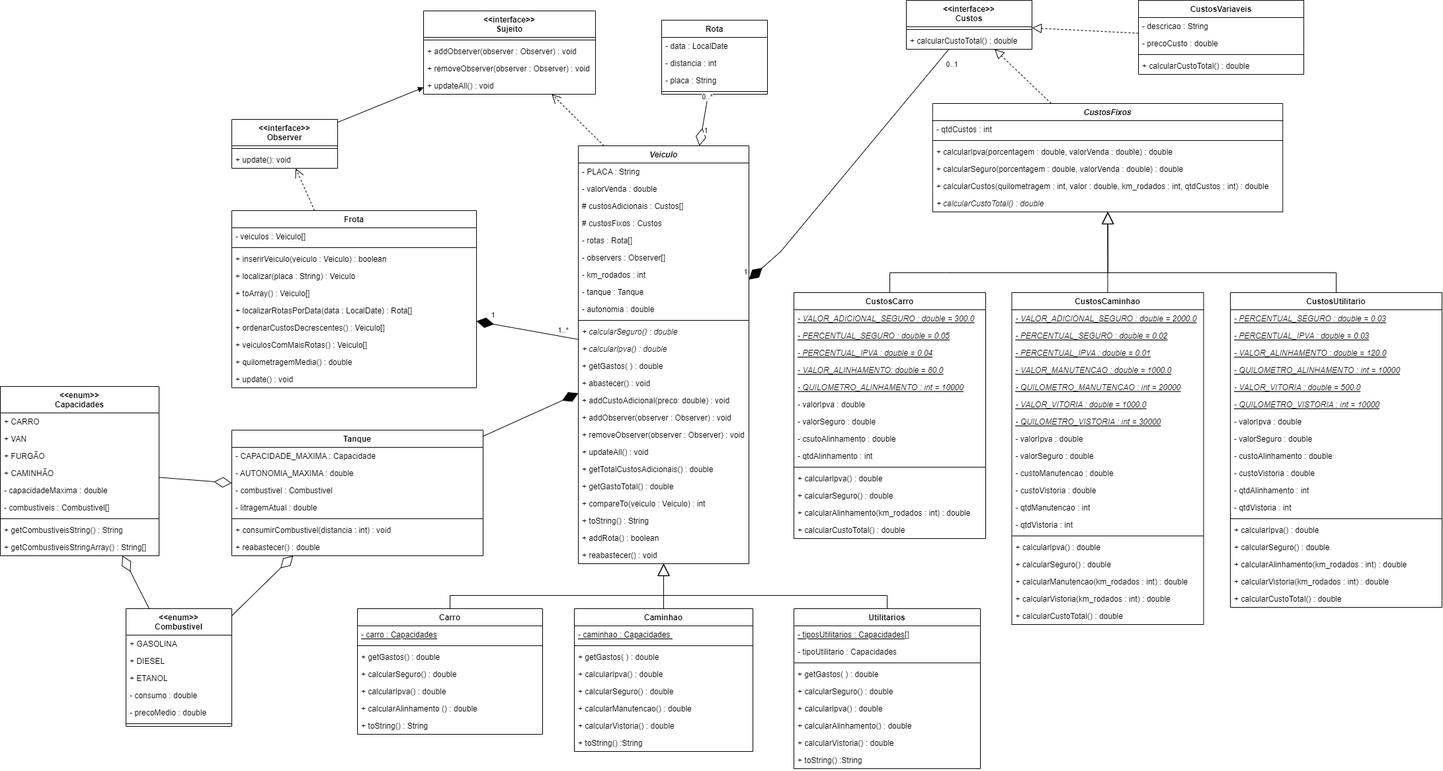
This is docs/diagramas/diagrama_lpm.png from DisciplinasProgramacao/projetos-3-4-5-team-alpha, a draw.io export, as it was before one commit. Source tidied: cells renumbered, new cells last; positions are measured from the earlier drawing's top-left corner, leaving out a move shared by most shapes.
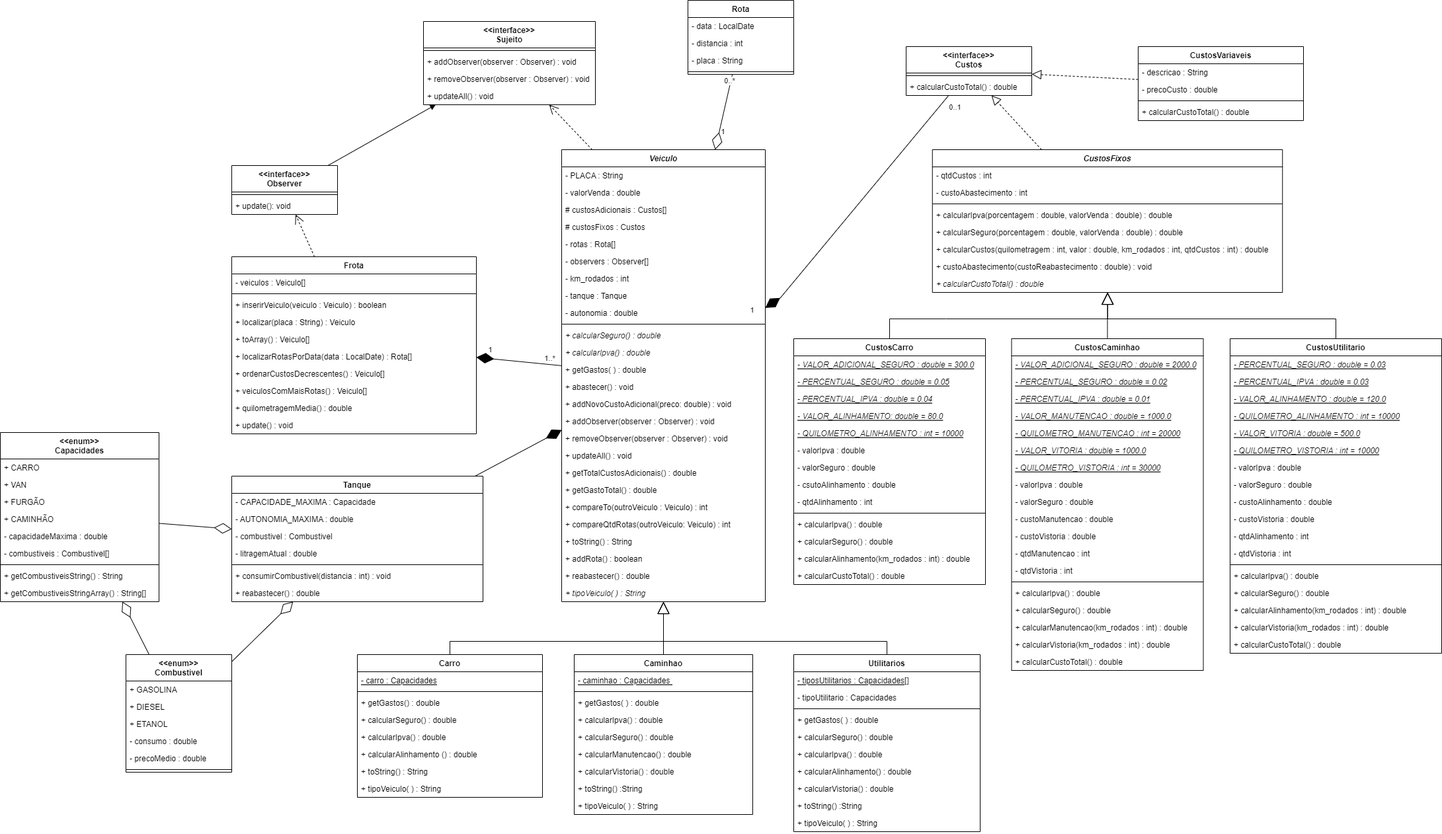
Later version of the same file.

Commit message:
[Update] Atualização da UML #20

What changed in the source:
```diff
@@ -3,82 +3,88 @@
     <mxCell id="0" />
     <mxCell id="1" parent="0" />
     <mxCell id="2" value="Veiculo" style="swimlane;fontStyle=3;align=center;verticalAlign=top;horizontal=1;startSize=26;rounded=0;shadow=0;strokeWidth=1;" parent="1" vertex="1">
-      <mxGeometry x="874" y="220" width="258" height="632" as="geometry" />
+      <mxGeometry x="849" y="156" width="308" height="684" as="geometry" />
     </mxCell>
     <mxCell id="3" value="- PLACA : String" style="text;align=left;verticalAlign=top;spacingLeft=4;spacingRight=4;overflow=hidden;" parent="2" vertex="1">
-      <mxGeometry y="26" width="258" height="26" as="geometry" />
+      <mxGeometry y="26" width="308" height="26" as="geometry" />
     </mxCell>
     <mxCell id="4" value="- valorVenda : double" style="text;align=left;verticalAlign=top;spacingLeft=4;spacingRight=4;overflow=hidden;fontStyle=0;" parent="2" vertex="1">
-      <mxGeometry y="52" width="258" height="26" as="geometry" />
+      <mxGeometry y="52" width="308" height="26" as="geometry" />
     </mxCell>
     <mxCell id="5" value="# custosAdicionais : Custos[]" style="text;align=left;verticalAlign=top;spacingLeft=4;spacingRight=4;overflow=hidden;rounded=0;shadow=0;html=0;" parent="2" vertex="1">
-      <mxGeometry y="78" width="258" height="26" as="geometry" />
+      <mxGeometry y="78" width="308" height="26" as="geometry" />
     </mxCell>
     <mxCell id="6" value="# custosFixos : Custos" style="text;align=left;verticalAlign=top;spacingLeft=4;spacingRight=4;overflow=hidden;rounded=0;shadow=0;html=0;" parent="2" vertex="1">
-      <mxGeometry y="104" width="258" height="26" as="geometry" />
+      <mxGeometry y="104" width="308" height="26" as="geometry" />
     </mxCell>
     <mxCell id="7" value="- rotas : Rota[]" style="text;align=left;verticalAlign=top;spacingLeft=4;spacingRight=4;overflow=hidden;" parent="2" vertex="1">
-      <mxGeometry y="130" width="258" height="26" as="geometry" />
+      <mxGeometry y="130" width="308" height="26" as="geometry" />
     </mxCell>
     <mxCell id="8" value="- observers : Observer[]" style="text;align=left;verticalAlign=top;spacingLeft=4;spacingRight=4;overflow=hidden;rounded=0;shadow=0;html=0;" parent="2" vertex="1">
-      <mxGeometry y="156" width="258" height="26" as="geometry" />
+      <mxGeometry y="156" width="308" height="26" as="geometry" />
     </mxCell>
     <mxCell id="9" value="- km_rodados : int" style="text;align=left;verticalAlign=top;spacingLeft=4;spacingRight=4;overflow=hidden;" parent="2" vertex="1">
-      <mxGeometry y="182" width="258" height="26" as="geometry" />
+      <mxGeometry y="182" width="308" height="26" as="geometry" />
     </mxCell>
     <mxCell id="10" value="- tanque : Tanque" style="text;align=left;verticalAlign=top;spacingLeft=4;spacingRight=4;overflow=hidden;rounded=0;shadow=0;html=0;" parent="2" vertex="1">
-      <mxGeometry y="208" width="258" height="26" as="geometry" />
+      <mxGeometry y="208" width="308" height="26" as="geometry" />
     </mxCell>
     <mxCell id="11" value="- autonomia : double" style="text;align=left;verticalAlign=top;spacingLeft=4;spacingRight=4;overflow=hidden;rounded=0;shadow=0;html=0;" parent="2" vertex="1">
-      <mxGeometry y="234" width="258" height="26" as="geometry" />
+      <mxGeometry y="234" width="308" height="26" as="geometry" />
     </mxCell>
     <mxCell id="12" style="line;html=1;strokeWidth=1;align=left;verticalAlign=middle;spacingTop=-1;spacingLeft=3;spacingRight=3;labelPosition=right;" parent="2" vertex="1">
-      <mxGeometry y="260" width="258" height="8" as="geometry" />
+      <mxGeometry y="260" width="308" height="8" as="geometry" />
     </mxCell>
     <mxCell id="13" value="+ calcularSeguro() : double" style="text;align=left;verticalAlign=top;spacingLeft=4;spacingRight=4;overflow=hidden;fontStyle=2;" parent="2" vertex="1">
-      <mxGeometry y="268" width="258" height="26" as="geometry" />
+      <mxGeometry y="268" width="308" height="26" as="geometry" />
     </mxCell>
     <mxCell id="14" value="+ calcularIpva() : double" style="text;align=left;verticalAlign=top;spacingLeft=4;spacingRight=4;overflow=hidden;fontStyle=2;" parent="2" vertex="1">
-      <mxGeometry y="294" width="258" height="26" as="geometry" />
+      <mxGeometry y="294" width="308" height="26" as="geometry" />
     </mxCell>
     <mxCell id="15" value="+ getGastos( ) : double" style="text;align=left;verticalAlign=top;spacingLeft=4;spacingRight=4;overflow=hidden;fontStyle=0;" parent="2" vertex="1">
-      <mxGeometry y="320" width="258" height="26" as="geometry" />
+      <mxGeometry y="320" width="308" height="26" as="geometry" />
     </mxCell>
     <mxCell id="16" value="+ abastecer() : void" style="text;align=left;verticalAlign=top;spacingLeft=4;spacingRight=4;overflow=hidden;" parent="2" vertex="1">
-      <mxGeometry y="346" width="258" height="26" as="geometry" />
+      <mxGeometry y="346" width="308" height="26" as="geometry" />
     </mxCell>
-    <mxCell id="17" value="+ addCustoAdicional(preco: double) : void" style="text;align=left;verticalAlign=top;spacingLeft=4;spacingRight=4;overflow=hidden;" parent="2" vertex="1">
-      <mxGeometry y="372" width="258" height="26" as="geometry" />
+    <mxCell id="17" value="+ addNovoCustoAdicional(preco: double) : void" style="text;align=left;verticalAlign=top;spacingLeft=4;spacingRight=4;overflow=hidden;" parent="2" vertex="1">
+      <mxGeometry y="372" width="308" height="26" as="geometry" />
     </mxCell>
     <mxCell id="18" value="+ addObserver(observer : Observer) : void" style="text;align=left;verticalAlign=top;spacingLeft=4;spacingRight=4;overflow=hidden;" parent="2" vertex="1">
-      <mxGeometry y="398" width="258" height="26" as="geometry" />
+      <mxGeometry y="398" width="308" height="26" as="geometry" />
     </mxCell>
     <mxCell id="19" value="+ removeObserver(observer : Observer) : void" style="text;align=left;verticalAlign=top;spacingLeft=4;spacingRight=4;overflow=hidden;" parent="2" vertex="1">
-      <mxGeometry y="424" width="258" height="26" as="geometry" />
+      <mxGeometry y="424" width="308" height="26" as="geometry" />
     </mxCell>
     <mxCell id="20" value="+ updateAll() : void" style="text;align=left;verticalAlign=top;spacingLeft=4;spacingRight=4;overflow=hidden;" parent="2" vertex="1">
-      <mxGeometry y="450" width="258" height="26" as="geometry" />
+      <mxGeometry y="450" width="308" height="26" as="geometry" />
     </mxCell>
     <mxCell id="21" value="+ getTotalCustosAdicionais() : double" style="text;align=left;verticalAlign=top;spacingLeft=4;spacingRight=4;overflow=hidden;" parent="2" vertex="1">
-      <mxGeometry y="476" width="258" height="26" as="geometry" />
+      <mxGeometry y="476" width="308" height="26" as="geometry" />
     </mxCell>
     <mxCell id="22" value="+ getGastoTotal() : double" style="text;align=left;verticalAlign=top;spacingLeft=4;spacingRight=4;overflow=hidden;" parent="2" vertex="1">
-      <mxGeometry y="502" width="258" height="26" as="geometry" />
+      <mxGeometry y="502" width="308" height="26" as="geometry" />
     </mxCell>
+    <mxCell id="196" value="+ compareTo(outroVeiculo : Veiculo) : int" style="text;align=left;verticalAlign=top;spacingLeft=4;spacingRight=4;overflow=hidden;" parent="2" vertex="1">
+      <mxGeometry y="528" width="308" height="26" as="geometry" />
+    </mxCell>
-    <mxCell id="23" value="+ compareTo(veiculo : Veiculo) : int" style="text;align=left;verticalAlign=top;spacingLeft=4;spacingRight=4;overflow=hidden;" parent="2" vertex="1">
-      <mxGeometry y="528" width="258" height="26" as="geometry" />
+    <mxCell id="23" value="+ compareQtdRotas(outroVeiculo: Veiculo) : int" style="text;align=left;verticalAlign=top;spacingLeft=4;spacingRight=4;overflow=hidden;" parent="2" vertex="1">
+      <mxGeometry y="554" width="308" height="26" as="geometry" />
     </mxCell>
     <mxCell id="24" value="+ toString() : String" style="text;align=left;verticalAlign=top;spacingLeft=4;spacingRight=4;overflow=hidden;" parent="2" vertex="1">
-      <mxGeometry y="554" width="258" height="26" as="geometry" />
+      <mxGeometry y="580" width="308" height="26" as="geometry" />
     </mxCell>
     <mxCell id="25" value="+ addRota() : boolean" style="text;align=left;verticalAlign=top;spacingLeft=4;spacingRight=4;overflow=hidden;" parent="2" vertex="1">
-      <mxGeometry y="580" width="258" height="26" as="geometry" />
+      <mxGeometry y="606" width="308" height="26" as="geometry" />
     </mxCell>
-    <mxCell id="26" value="+ reabastecer() : void" style="text;align=left;verticalAlign=top;spacingLeft=4;spacingRight=4;overflow=hidden;" parent="2" vertex="1">
-      <mxGeometry y="606" width="258" height="26" as="geometry" />
+    <mxCell id="26" value="+ reabastecer() : double" style="text;align=left;verticalAlign=top;spacingLeft=4;spacingRight=4;overflow=hidden;" parent="2" vertex="1">
+      <mxGeometry y="632" width="308" height="26" as="geometry" />
     </mxCell>
+    <mxCell id="197" value="+ tipoVeiculo( ) : String" style="text;align=left;verticalAlign=top;spacingLeft=4;spacingRight=4;overflow=hidden;fontStyle=2;" parent="2" vertex="1">
+      <mxGeometry y="658" width="308" height="26" as="geometry" />
+    </mxCell>
     <mxCell id="27" value="Carro" style="swimlane;fontStyle=1;align=center;verticalAlign=top;horizontal=1;startSize=26;rounded=0;shadow=0;strokeWidth=1;" parent="1" vertex="1">
-      <mxGeometry x="540" y="920" width="280" height="190" as="geometry" />
+      <mxGeometry x="540" y="920" width="280" height="216" as="geometry" />
     </mxCell>
     <mxCell id="28" value="- carro : Capacidades" style="text;align=left;verticalAlign=top;spacingLeft=4;spacingRight=4;overflow=hidden;fontStyle=4;" parent="27" vertex="1">
       <mxGeometry y="26" width="280" height="26" as="geometry" />
@@ -101,8 +107,11 @@
     <mxCell id="34" value="+ toString() : String" style="text;align=left;verticalAlign=top;spacingLeft=4;spacingRight=4;overflow=hidden;" parent="27" vertex="1">
       <mxGeometry y="164" width="280" height="26" as="geometry" />
     </mxCell>
+    <mxCell id="198" value="+ tipoVeiculo( ) : String" style="text;align=left;verticalAlign=top;spacingLeft=4;spacingRight=4;overflow=hidden;fontStyle=0;" parent="27" vertex="1">
+      <mxGeometry y="190" width="280" height="26" as="geometry" />
+    </mxCell>
     <mxCell id="35" value="Caminhao" style="swimlane;fontStyle=1;align=center;verticalAlign=top;horizontal=1;startSize=26;rounded=0;shadow=0;strokeWidth=1;" parent="1" vertex="1">
-      <mxGeometry x="868" y="920" width="270" height="216" as="geometry" />
+      <mxGeometry x="868" y="920" width="270" height="242" as="geometry" />
     </mxCell>
     <mxCell id="36" value="- caminhao : Capacidades " style="text;align=left;verticalAlign=top;spacingLeft=4;spacingRight=4;overflow=hidden;fontStyle=4;" parent="35" vertex="1">
       <mxGeometry y="26" width="270" height="26" as="geometry" />
@@ -128,8 +137,11 @@
     <mxCell id="43" value="+ toString() :String" style="text;align=left;verticalAlign=top;spacingLeft=4;spacingRight=4;overflow=hidden;" parent="35" vertex="1">
       <mxGeometry y="190" width="270" height="26" as="geometry" />
     </mxCell>
+    <mxCell id="199" value="+ tipoVeiculo( ) : String" style="text;align=left;verticalAlign=top;spacingLeft=4;spacingRight=4;overflow=hidden;fontStyle=0;" parent="35" vertex="1">
+      <mxGeometry y="216" width="270" height="26" as="geometry" />
+    </mxCell>
     <mxCell id="44" value="Rota" style="swimlane;fontStyle=1;align=center;verticalAlign=top;horizontal=1;startSize=26;rounded=0;shadow=0;strokeWidth=1;" parent="1" vertex="1">
-      <mxGeometry x="1000" y="30" width="160" height="112" as="geometry" />
+      <mxGeometry x="1040" y="-70" width="160" height="112" as="geometry" />
     </mxCell>
     <mxCell id="45" value="- data : LocalDate" style="text;align=left;verticalAlign=top;spacingLeft=4;spacingRight=4;overflow=hidden;rounded=0;shadow=0;html=0;" parent="44" vertex="1">
       <mxGeometry y="26" width="160" height="26" as="geometry" />
@@ -144,7 +156,7 @@
       <mxGeometry y="104" width="160" height="8" as="geometry" />
     </mxCell>
     <mxCell id="49" value="Utilitarios" style="swimlane;fontStyle=1;align=center;verticalAlign=top;horizontal=1;startSize=26;rounded=0;shadow=0;strokeWidth=1;" parent="1" vertex="1">
-      <mxGeometry x="1200" y="920" width="282" height="242" as="geometry" />
+      <mxGeometry x="1200" y="920" width="282" height="268" as="geometry" />
     </mxCell>
     <mxCell id="50" value="- tiposUtilitarios : Capacidades[]" style="text;align=left;verticalAlign=top;spacingLeft=4;spacingRight=4;overflow=hidden;fontStyle=4;" parent="49" vertex="1">
       <mxGeometry y="26" width="282" height="26" as="geometry" />
@@ -173,6 +185,9 @@
     <mxCell id="58" value="+ toString() :String" style="text;align=left;verticalAlign=top;spacingLeft=4;spacingRight=4;overflow=hidden;" parent="49" vertex="1">
       <mxGeometry y="216" width="282" height="26" as="geometry" />
     </mxCell>
+    <mxCell id="200" value="+ tipoVeiculo( ) : String" style="text;align=left;verticalAlign=top;spacingLeft=4;spacingRight=4;overflow=hidden;fontStyle=0;" parent="49" vertex="1">
+      <mxGeometry y="242" width="282" height="26" as="geometry" />
+    </mxCell>
     <mxCell id="59" style="endArrow=block;endSize=16;endFill=0;html=1;rounded=0;" parent="1" edge="1" source="49" target="2">
       <mxGeometry relative="1" as="geometry">
         <Array as="points">
@@ -252,25 +267,31 @@
       <mxGeometry relative="1" as="geometry" />
     </mxCell>
     <mxCell id="79" value="CustosFixos" style="swimlane;fontStyle=3;align=center;verticalAlign=top;horizontal=1;startSize=26;" parent="1" vertex="1">
-      <mxGeometry x="1409.8" y="156" width="529.5" height="164" as="geometry" />
+      <mxGeometry x="1409.8" y="156" width="529.5" height="216" as="geometry" />
     </mxCell>
     <mxCell id="80" value="- qtdCustos : int" style="text;strokeColor=none;fillColor=none;align=left;verticalAlign=top;spacingLeft=4;spacingRight=4;overflow=hidden;" parent="79" vertex="1">
       <mxGeometry y="26" width="529.5" height="26" as="geometry" />
     </mxCell>
+    <mxCell id="201" value="- custoAbastecimento : int" style="text;strokeColor=none;fillColor=none;align=left;verticalAlign=top;spacingLeft=4;spacingRight=4;overflow=hidden;" parent="79" vertex="1">
+      <mxGeometry y="52" width="529.5" height="26" as="geometry" />
+    </mxCell>
     <mxCell id="81" style="line;strokeWidth=1;fillColor=none;align=left;verticalAlign=middle;spacingTop=-1;spacingLeft=3;spacingRight=3;labelPosition=right;strokeColor=inherit;" parent="79" vertex="1">
-      <mxGeometry y="52" width="529.5" height="8" as="geometry" />
+      <mxGeometry y="78" width="529.5" height="8" as="geometry" />
     </mxCell>
     <mxCell id="82" value="+ calcularIpva(porcentagem : double, valorVenda : double) : double" style="text;strokeColor=none;fillColor=none;align=left;verticalAlign=top;spacingLeft=4;spacingRight=4;overflow=hidden;" parent="79" vertex="1">
-      <mxGeometry y="60" width="529.5" height="26" as="geometry" />
+      <mxGeometry y="86" width="529.5" height="26" as="geometry" />
     </mxCell>
     <mxCell id="83" value="+ calcularSeguro(porcentagem : double, valorVenda : double) : double" style="text;strokeColor=none;fillColor=none;align=left;verticalAlign=top;spacingLeft=4;spacingRight=4;overflow=hidden;" parent="79" vertex="1">
-      <mxGeometry y="86" width="529.5" height="26" as="geometry" />
+      <mxGeometry y="112" width="529.5" height="26" as="geometry" />
     </mxCell>
     <mxCell id="84" value="+ calcularCustos(quilometragem : int, valor : double, km_rodados : int, qtdCustos : int) : double" style="text;strokeColor=none;fillColor=none;align=left;verticalAlign=top;spacingLeft=4;spacingRight=4;overflow=hidden;" parent="79" vertex="1">
-      <mxGeometry y="112" width="529.5" height="26" as="geometry" />
+      <mxGeometry y="138" width="529.5" height="26" as="geometry" />
     </mxCell>
+    <mxCell id="202" value="+ custoAbastecimento(custoReabastecimento : double) : void" style="text;strokeColor=none;fillColor=none;align=left;verticalAlign=top;spacingLeft=4;spacingRight=4;overflow=hidden;" parent="79" vertex="1">
+      <mxGeometry y="164" width="529.5" height="26" as="geometry" />
+    </mxCell>
     <mxCell id="85" value="+ calcularCustoTotal() : double" style="text;strokeColor=none;fillColor=none;align=left;verticalAlign=top;spacingLeft=4;spacingRight=4;overflow=hidden;fontStyle=2;" parent="79" vertex="1">
-      <mxGeometry y="138" width="529.5" height="26" as="geometry" />
+      <mxGeometry y="190" width="529.5" height="26" as="geometry" />
     </mxCell>
     <mxCell id="86" style="endArrow=diamondThin;endFill=1;endSize=24;html=1;rounded=0;" parent="1" edge="1" source="168" target="2">
       <mxGeometry relative="1" as="geometry">
@@ -565,7 +586,7 @@
       <mxGeometry x="-0.02" y="-28" relative="1" as="geometry" />
     </mxCell>
     <mxCell id="177" value="&lt;&lt;interface&gt;&gt;&#10;Sujeito" style="swimlane;fontStyle=1;align=center;verticalAlign=top;horizontal=1;startSize=40;" parent="1" vertex="1">
-      <mxGeometry x="640" y="16" width="260" height="126" as="geometry" />
+      <mxGeometry x="640" y="-38" width="260" height="126" as="geometry" />
     </mxCell>
     <mxCell id="178" style="line;strokeWidth=1;fillColor=none;align=left;verticalAlign=middle;spacingTop=-1;spacingLeft=3;spacingRight=3;labelPosition=right;strokeColor=inherit;" parent="177" vertex="1">
       <mxGeometry y="40" width="260" height="8" as="geometry" />
```
